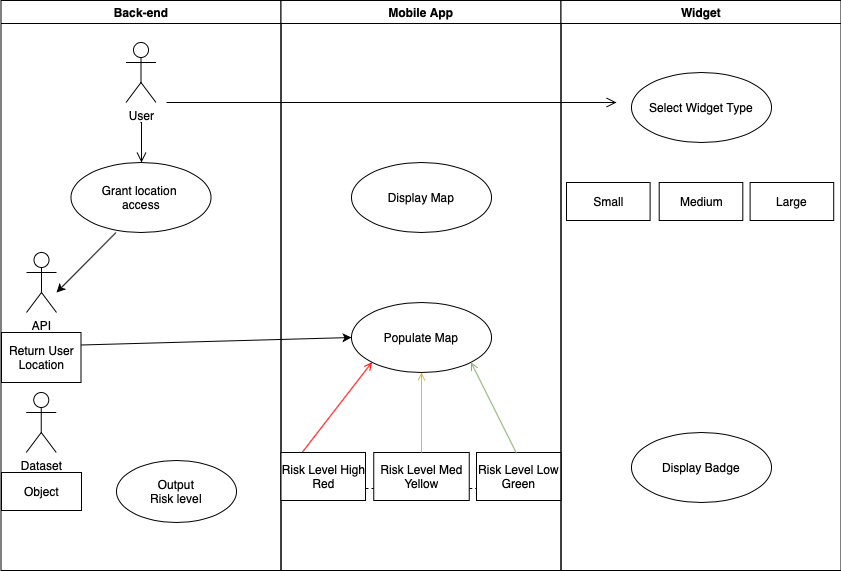
This is UML Use Case Diagram.png from Cmatttt/cs4306-project, a draw.io export, as it was before one commit. Source tidied: cells renumbered, new cells last; positions are measured from the earlier drawing's top-left corner, leaving out a move shared by most shapes.
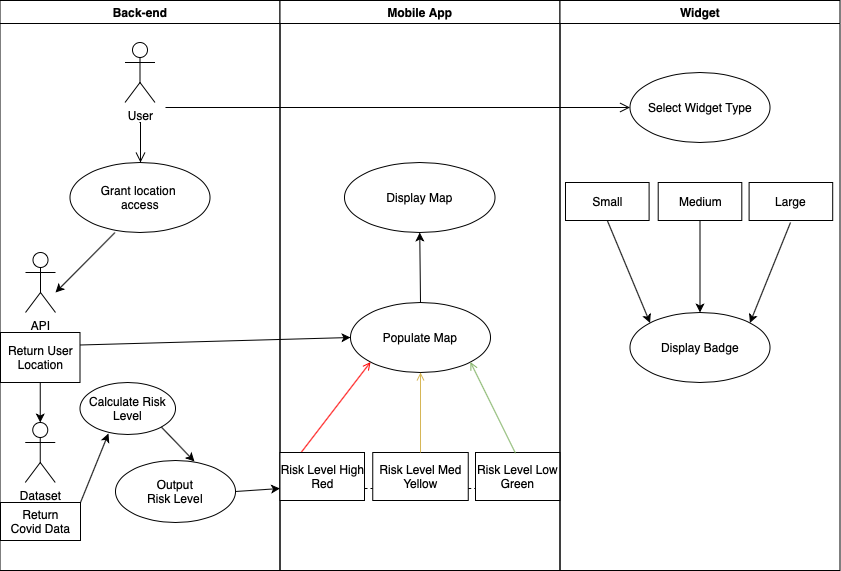
After the commit.

Diff of the diagram source:
```diff
@@ -26,24 +26,35 @@
         <mxPoint x="55.5" y="292" as="targetPoint" />
       </mxGeometry>
     </mxCell>
-    <mxCell id="8" value="Output&lt;br&gt;Risk&amp;nbsp;level" style="ellipse;whiteSpace=wrap;html=1;" parent="2" vertex="1">
+    <mxCell id="8" value="Output&lt;br&gt;Risk Level" style="ellipse;whiteSpace=wrap;html=1;" parent="2" vertex="1">
       <mxGeometry x="115.5" y="460" width="120" height="62" as="geometry" />
     </mxCell>
     <mxCell id="9" value="Return User&lt;br&gt;Location" style="html=1;" parent="2" vertex="1">
       <mxGeometry x="0.5" y="332" width="79.5" height="50" as="geometry" />
     </mxCell>
     <mxCell id="10" value="Dataset" style="shape=umlActor;verticalLabelPosition=bottom;verticalAlign=top;html=1;" parent="2" vertex="1">
-      <mxGeometry x="25.2" y="392" width="30" height="60" as="geometry" />
+      <mxGeometry x="25.2" y="422" width="30" height="60" as="geometry" />
     </mxCell>
-    <mxCell id="11" value="Object" style="html=1;" parent="2" vertex="1">
-      <mxGeometry x="0.5" y="472" width="80" height="38" as="geometry" />
+    <mxCell id="11" value="Return&lt;br&gt;Covid Data" style="html=1;" parent="2" vertex="1">
+      <mxGeometry x="0.5" y="502" width="80" height="38" as="geometry" />
     </mxCell>
-    <mxCell id="12" style="edgeStyle=elbowEdgeStyle;elbow=horizontal;verticalAlign=bottom;endArrow=open;endSize=8;endFill=1;rounded=0;fillColor=#f5f5f5;" parent="2" edge="1">
+    <mxCell id="12" style="edgeStyle=elbowEdgeStyle;elbow=horizontal;verticalAlign=bottom;endArrow=open;endSize=8;endFill=1;rounded=0;fillColor=#f5f5f5;entryX=0;entryY=0.5;entryDx=0;entryDy=0;" parent="2" edge="1" target="26">
       <mxGeometry x="-4.5" y="-56" as="geometry">
-        <mxPoint x="165.5" y="102" as="sourcePoint" />
-        <mxPoint x="615.5" y="102" as="targetPoint" />
+        <mxPoint x="165.5" y="107" as="sourcePoint" />
       </mxGeometry>
     </mxCell>
+    <mxCell id="31" style="endArrow=classic;html=1;strokeColor=#000000;exitX=1;exitY=0;exitDx=0;exitDy=0;entryX=0.298;entryY=0.981;entryDx=0;entryDy=0;entryPerimeter=0;" parent="2" edge="1" source="11" target="32">
+      <mxGeometry relative="1" as="geometry" />
+    </mxCell>
+    <mxCell id="32" value="Calculate Risk&lt;br&gt;Level" style="ellipse;whiteSpace=wrap;html=1;" parent="2" vertex="1">
+      <mxGeometry x="80" y="382" width="95.5" height="52" as="geometry" />
+    </mxCell>
+    <mxCell id="33" style="endArrow=classic;html=1;strokeColor=#000000;entryX=0.658;entryY=0.016;entryDx=0;entryDy=0;entryPerimeter=0;exitX=1;exitY=1;exitDx=0;exitDy=0;" parent="2" edge="1" source="32" target="8">
+      <mxGeometry relative="1" as="geometry" />
+    </mxCell>
+    <mxCell id="34" style="endArrow=classic;html=1;strokeColor=#000000;entryX=0.5;entryY=0;entryDx=0;entryDy=0;exitX=0.5;exitY=1;exitDx=0;exitDy=0;entryPerimeter=0;" parent="2" edge="1" source="9" target="10">
+      <mxGeometry relative="1" as="geometry" />
+    </mxCell>
     <mxCell id="13" value="Mobile App" style="swimlane;whiteSpace=wrap;" parent="1" vertex="1">
       <mxGeometry x="280.5" width="280" height="570" as="geometry" />
     </mxCell>
@@ -51,7 +62,7 @@
       <mxGeometry relative="1" as="geometry" />
     </mxCell>
     <mxCell id="15" value="Display Map" style="ellipse;whiteSpace=wrap;html=1;" parent="13" vertex="1">
-      <mxGeometry x="70.5" y="162" width="140" height="70" as="geometry" />
+      <mxGeometry x="64.5" y="162" width="150.5" height="70" as="geometry" />
     </mxCell>
     <mxCell id="16" value="Populate Map" style="ellipse;whiteSpace=wrap;html=1;" parent="13" vertex="1">
       <mxGeometry x="70.5" y="302" width="140" height="70" as="geometry" />
@@ -81,14 +92,17 @@
     <mxCell id="23" style="endArrow=none;dashed=1;html=1;entryX=0;entryY=0.75;entryDx=0;entryDy=0;exitX=1;exitY=0.75;exitDx=0;exitDy=0;" parent="13" edge="1" source="18" target="19">
       <mxGeometry relative="1" as="geometry" />
     </mxCell>
+    <mxCell id="35" style="endArrow=classic;html=1;strokeColor=#000000;entryX=0.5;entryY=1;entryDx=0;entryDy=0;exitX=0.5;exitY=0;exitDx=0;exitDy=0;" parent="13" edge="1" source="16" target="15">
+      <mxGeometry relative="1" as="geometry" />
+    </mxCell>
     <mxCell id="24" value="Widget" style="swimlane;whiteSpace=wrap;" parent="1" vertex="1">
       <mxGeometry x="560.5" width="280" height="570" as="geometry" />
     </mxCell>
     <mxCell id="25" value="Display Badge" style="ellipse;whiteSpace=wrap;html=1;" parent="24" vertex="1">
-      <mxGeometry x="70.5" y="432" width="140" height="70" as="geometry" />
+      <mxGeometry x="70" y="312" width="140" height="70" as="geometry" />
     </mxCell>
     <mxCell id="26" value="Select Widget Type" style="ellipse;whiteSpace=wrap;html=1;" parent="24" vertex="1">
-      <mxGeometry x="70.5" y="72" width="140" height="70" as="geometry" />
+      <mxGeometry x="70" y="72" width="140" height="70" as="geometry" />
     </mxCell>
     <mxCell id="27" value="Small" style="html=1;" parent="24" vertex="1">
       <mxGeometry x="5.5" y="182" width="83.6" height="38" as="geometry" />
@@ -99,8 +113,22 @@
     <mxCell id="29" value="Large" style="html=1;" parent="24" vertex="1">
       <mxGeometry x="189.1" y="182" width="83.6" height="38" as="geometry" />
     </mxCell>
+    <mxCell id="36" style="endArrow=classic;html=1;strokeColor=#000000;entryX=0;entryY=0;entryDx=0;entryDy=0;exitX=0.5;exitY=1;exitDx=0;exitDy=0;" parent="24" edge="1" source="27" target="25">
+      <mxGeometry relative="1" as="geometry" />
+    </mxCell>
+    <mxCell id="37" style="endArrow=classic;html=1;strokeColor=#000000;entryX=0.5;entryY=0;entryDx=0;entryDy=0;exitX=0.5;exitY=1;exitDx=0;exitDy=0;" parent="24" edge="1" source="28" target="25">
+      <mxGeometry relative="1" as="geometry" />
+    </mxCell>
+    <mxCell id="38" style="endArrow=classic;html=1;strokeColor=#000000;entryX=1;entryY=0;entryDx=0;entryDy=0;" parent="24" edge="1" target="25">
+      <mxGeometry relative="1" as="geometry">
+        <mxPoint x="230.5" y="222" as="sourcePoint" />
+      </mxGeometry>
+    </mxCell>
     <mxCell id="30" style="endArrow=classic;html=1;exitX=1;exitY=0.25;exitDx=0;exitDy=0;entryX=0;entryY=0.5;entryDx=0;entryDy=0;" parent="1" edge="1" source="9" target="16">
       <mxGeometry relative="1" as="geometry" />
     </mxCell>
+    <mxCell id="39" style="endArrow=classic;html=1;strokeColor=#000000;exitX=1;exitY=0.5;exitDx=0;exitDy=0;entryX=0;entryY=0.75;entryDx=0;entryDy=0;" parent="1" edge="1" source="8" target="17">
+      <mxGeometry relative="1" as="geometry" />
+    </mxCell>
   </root>
 </mxGraphModel>
```
